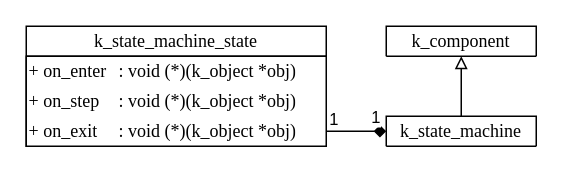
Earlier version of the draw.io diagram page "状态机" (15 of 18) of docs/drawio/k_game.drawio (szdxdxdx/k_game). Source tidied: cells renumbered, new cells numbered last; positions are measured from the earlier drawing's top-left corner, leaving out a move shared by most shapes. Both pictures are drawn from the tidied source at 150%, with x=0, y=0 at pixel (26, 26).
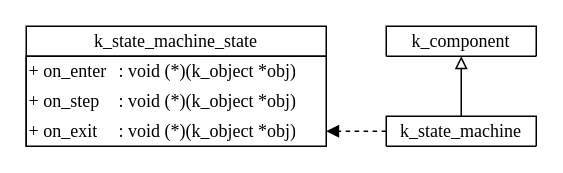
Above is the later version.

Unchanged cells that the change refers to:
```xml
<mxCell id="2" value="&lt;font face=&quot;Times New Roman&quot;&gt;k_state_machine_state&lt;/font&gt;" style="swimlane;fontStyle=0;horizontal=1;startSize=20;fillColor=#FFFFFF;whiteSpace=wrap;html=1;labelBackgroundColor=default;" parent="1" vertex="1">
  <mxGeometry width="200" height="80" as="geometry" />
</mxCell>
<mxCell id="13" value="&lt;font face=&quot;Times New Roman&quot;&gt;k_state_machine&lt;/font&gt;" style="swimlane;fontStyle=0;horizontal=1;startSize=20;fillColor=#FFFFFF;whiteSpace=wrap;html=1;labelBackgroundColor=default;" parent="1" vertex="1">
  <mxGeometry x="240" y="60" width="100" height="20" as="geometry" />
</mxCell>
```

The edit, as a diff of the source:
```diff
@@
-    <mxCell id="14" style="endArrow=diamond;html=1;rounded=0;endFill=1;edgeStyle=orthogonalEdgeStyle;curved=1;" parent="1" edge="1" source="2" target="13">
-      <mxGeometry x="-0.73" y="5" relative="1" as="geometry">
-        <Array as="points">
-          <mxPoint x="210" y="70" />
-          <mxPoint x="210" y="70" />
-        </Array>
-      </mxGeometry>
-    </mxCell>
-    <mxCell id="15" value="1" style="edgeLabel;html=1;align=center;verticalAlign=middle;" parent="14" vertex="1">
-      <mxGeometry x="-0.82" relative="1" as="geometry">
-        <mxPoint y="-9" as="offset" />
-      </mxGeometry>
-    </mxCell>
-    <mxCell id="16" value="1" style="edgeLabel;html=1;align=center;verticalAlign=middle;" parent="14" vertex="1">
-      <mxGeometry x="0.54" relative="1" as="geometry">
-        <mxPoint x="1" y="-10" as="offset" />
-      </mxGeometry>
-    </mxCell>
@@
+    <mxCell id="19" style="endArrow=block;html=1;rounded=0;endFill=1;dashed=1;edgeStyle=orthogonalEdgeStyle;curved=1;" parent="1" edge="1" source="13" target="2">
+      <mxGeometry relative="1" as="geometry">
+        <Array as="points">
+          <mxPoint x="210" y="70" />
+          <mxPoint x="210" y="70" />
+        </Array>
+      </mxGeometry>
+    </mxCell>
```
